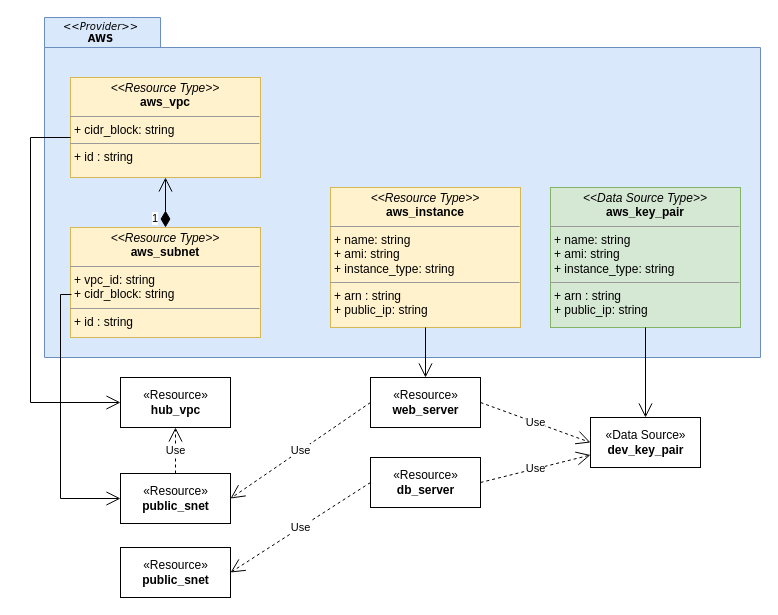
Above: page "HCL Entities" (1 of 2) of Diagrams.drawio in jleonelion/kh-infra-w-tf (draw.io), before the change. Source tidied: cells renumbered, new cells numbered last; positions are measured from the earlier drawing's top-left corner, leaving out a move shared by most shapes. Both pictures are drawn from the tidied source at 100%, with x=0, y=0 at pixel (30, 17).
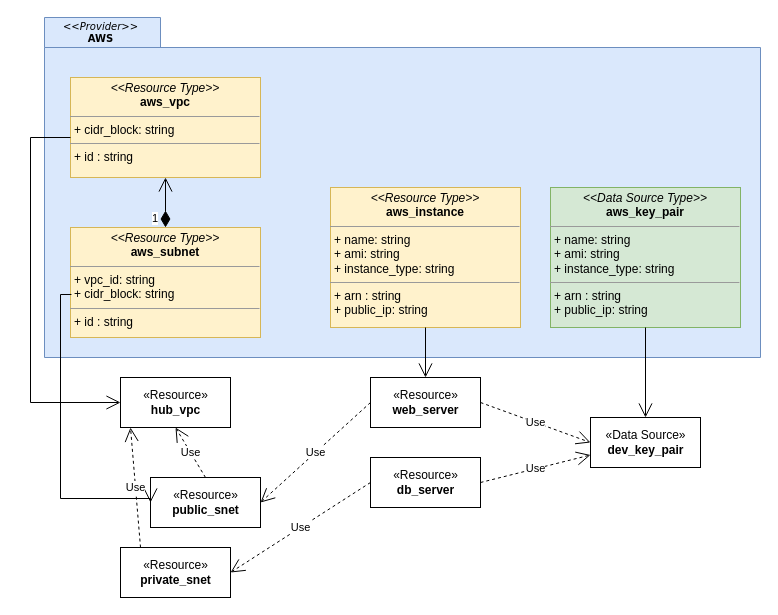
The same page after the edit.

Unchanged cells that the change refers to:
```xml
<mxCell id="9" value="«Resource»&lt;br&gt;&lt;b&gt;hub_vpc&lt;/b&gt;" style="html=1;" parent="1" vertex="1">
  <mxGeometry x="90" y="360" width="110" height="50" as="geometry" />
</mxCell>
```

Diff of the diagram source:
```diff
@@
     <mxCell id="11" value="«Resource»&lt;br&gt;&lt;b&gt;public_snet&lt;/b&gt;" style="html=1;" parent="1" vertex="1">
-      <mxGeometry x="90" y="456" width="110" height="50" as="geometry" />
+      <mxGeometry x="120" y="460" width="110" height="50" as="geometry" />
     </mxCell>
@@
-    <mxCell id="18" value="«Resource»&lt;br&gt;&lt;b&gt;public_snet&lt;/b&gt;" style="html=1;" parent="1" vertex="1">
+    <mxCell id="18" value="«Resource»&lt;br&gt;&lt;b&gt;private_snet&lt;/b&gt;" style="html=1;" parent="1" vertex="1">
       <mxGeometry x="90" y="530" width="110" height="50" as="geometry" />
     </mxCell>
@@
+    <mxCell id="24" value="Use" style="endArrow=open;endSize=12;dashed=1;html=1;rounded=0;exitX=0.182;exitY=0;exitDx=0;exitDy=0;entryX=0.091;entryY=1;entryDx=0;entryDy=0;exitPerimeter=0;entryPerimeter=0;" parent="1" edge="1" source="18" target="9">
+      <mxGeometry relative="1" as="geometry" />
+    </mxCell>
```
